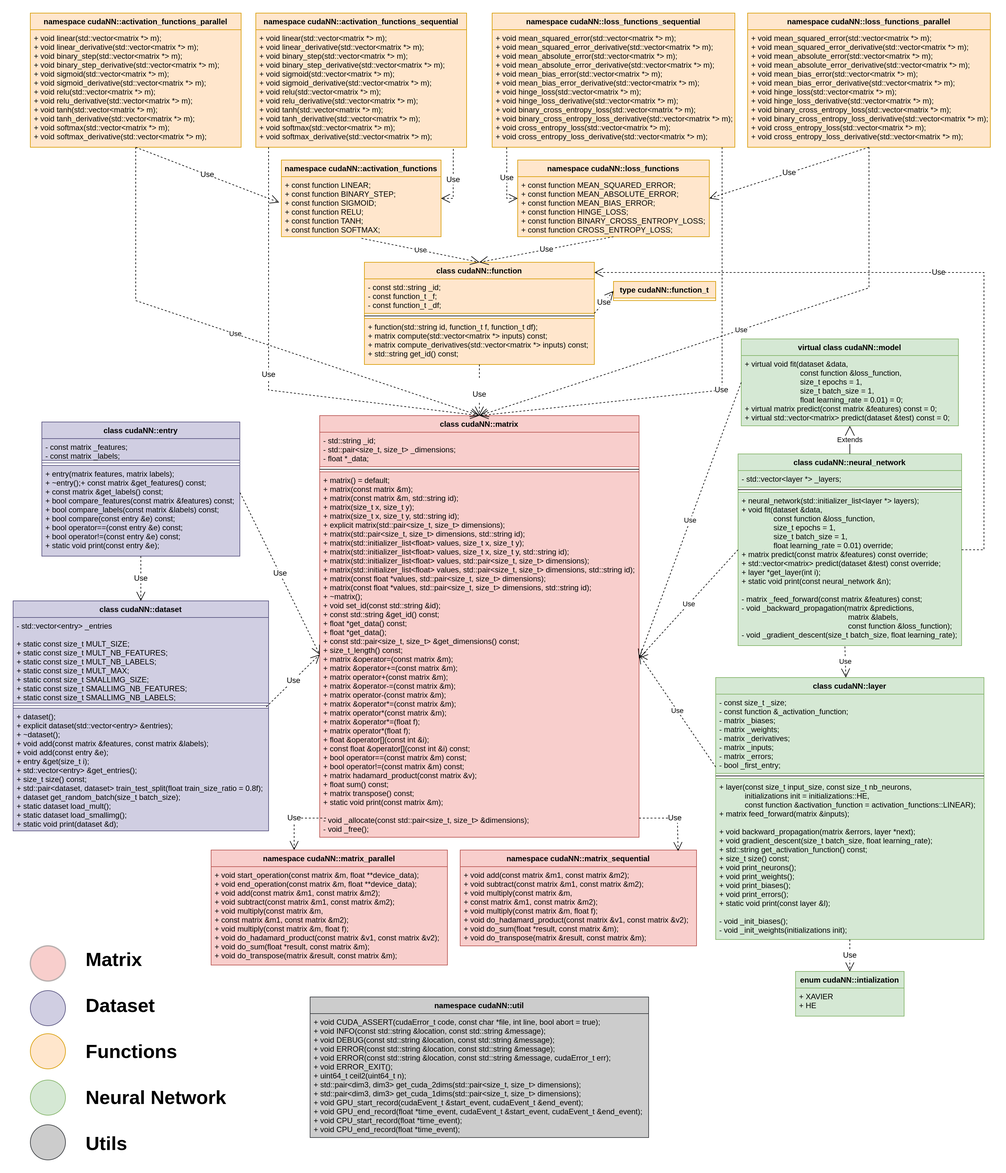
Earlier version of the draw.io export res/architecture.png (EAGEA/Neural-Network-CUDA-Library). Source tidied: cells renumbered, new cells last; positions are measured from the earlier drawing's top-left corner, leaving out a move shared by most shapes.
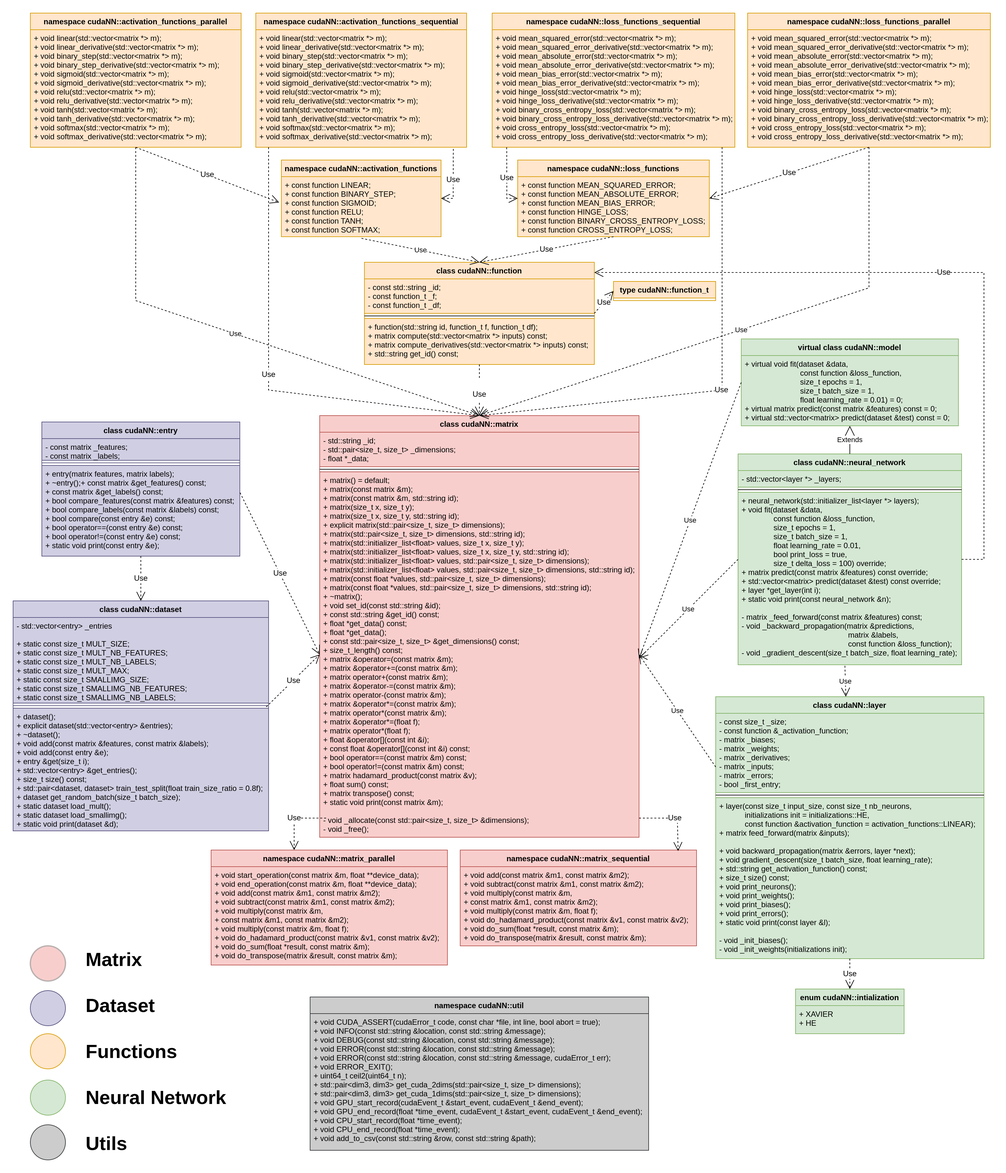
The same file after the commit.

Commit message:
Doc and csv function updated.

The edit, as a diff of the source:
```diff
@@ -108,7 +108,7 @@
       <mxGeometry y="26" width="340" height="110" as="geometry" />
     </mxCell>
     <mxCell id="37" value="class cudaNN::neural_network" style="swimlane;fontStyle=1;align=center;verticalAlign=top;horizontal=1;startSize=26;fillColor=#d5e8d4;strokeColor=#82b366;" parent="1" vertex="1">
-      <mxGeometry x="1135" y="690" width="350" height="300" as="geometry" />
+      <mxGeometry x="1135" y="690" width="350" height="330" as="geometry" />
     </mxCell>
     <mxCell id="38" value="- std::vector&lt;layer *&gt; _layers;" style="text;strokeColor=#82b366;fillColor=#d5e8d4;align=left;verticalAlign=top;spacingLeft=4;spacingRight=4;overflow=hidden;" parent="37" vertex="1">
       <mxGeometry y="26" width="350" height="26" as="geometry" />
@@ -116,17 +116,17 @@
     <mxCell id="39" style="line;strokeWidth=1;fillColor=none;align=left;verticalAlign=middle;spacingTop=-1;spacingLeft=3;spacingRight=3;labelPosition=right;" parent="37" vertex="1">
       <mxGeometry y="52" width="350" height="8" as="geometry" />
     </mxCell>
-    <mxCell id="40" value="+ neural_network(std::initializer_list&lt;layer *&gt; layers);&#10;+ void fit(dataset &amp;data,&#10;               const function &amp;loss_function,&#10;               size_t epochs = 1,&#10;               size_t batch_size = 1,&#10;               float learning_rate = 0.01) override;&#10;+ matrix predict(const matrix &amp;features) const override;&#10;+ std::vector&lt;matrix&gt; predict(dataset &amp;test) const override;&#10;+ layer *get_layer(int i);&#10;+ static void print(const neural_network &amp;n);&#10;&#10;- matrix _feed_forward(const matrix &amp;features) const;&#10;- void _backward_propagation(matrix &amp;predictions,&#10;                                                  matrix &amp;labels,&#10;                                                  const function &amp;loss_function);&#10;- void _gradient_descent(size_t batch_size, float learning_rate);&#10;&#10;" style="text;strokeColor=#82b366;fillColor=#d5e8d4;align=left;verticalAlign=top;spacingLeft=4;spacingRight=4;overflow=hidden;points=[[0,0.5],[1,0.5]];portConstraint=eastwest;" parent="37" vertex="1">
-      <mxGeometry y="60" width="350" height="240" as="geometry" />
+    <mxCell id="40" value="+ neural_network(std::initializer_list&lt;layer *&gt; layers);&#10;+ void fit(dataset &amp;data,&#10;               const function &amp;loss_function,&#10;               size_t epochs = 1,&#10;               size_t batch_size = 1,&#10;               float learning_rate = 0.01,&#10;               bool print_loss = true,&#10;               size_t delta_loss = 100) override;&#10;+ matrix predict(const matrix &amp;features) const override;&#10;+ std::vector&lt;matrix&gt; predict(dataset &amp;test) const override;&#10;+ layer *get_layer(int i);&#10;+ static void print(const neural_network &amp;n);&#10;&#10;- matrix _feed_forward(const matrix &amp;features) const;&#10;- void _backward_propagation(matrix &amp;predictions,&#10;                                                  matrix &amp;labels,&#10;                                                  const function &amp;loss_function);&#10;- void _gradient_descent(size_t batch_size, float learning_rate);&#10;&#10;" style="text;strokeColor=#82b366;fillColor=#d5e8d4;align=left;verticalAlign=top;spacingLeft=4;spacingRight=4;overflow=hidden;points=[[0,0.5],[1,0.5]];portConstraint=eastwest;" parent="37" vertex="1">
+      <mxGeometry y="60" width="350" height="270" as="geometry" />
     </mxCell>
     <mxCell id="41" value="enum cudaNN::intialization" style="swimlane;fontStyle=1;align=center;verticalAlign=top;horizontal=1;startSize=26;fillColor=#d5e8d4;strokeColor=#82b366;" parent="1" vertex="1">
-      <mxGeometry x="1225" y="1500" width="170" height="70" as="geometry" />
+      <mxGeometry x="1225" y="1527.5" width="170" height="70" as="geometry" />
     </mxCell>
     <mxCell id="42" value="+ XAVIER&#10;+ HE" style="text;strokeColor=#82b366;fillColor=#d5e8d4;align=left;verticalAlign=top;spacingLeft=4;spacingRight=4;overflow=hidden;" parent="41" vertex="1">
       <mxGeometry y="26" width="170" height="44" as="geometry" />
     </mxCell>
     <mxCell id="43" value="class cudaNN::layer" style="swimlane;fontStyle=1;align=center;verticalAlign=top;horizontal=1;startSize=26;fillColor=#d5e8d4;strokeColor=#82b366;" parent="1" vertex="1">
-      <mxGeometry x="1100" y="1040" width="420" height="410" as="geometry" />
+      <mxGeometry x="1100" y="1070" width="420" height="410" as="geometry" />
     </mxCell>
     <mxCell id="44" value="- const size_t _size;&#10;- const function &amp;_activation_function;&#10;- matrix _biases;&#10;- matrix _weights;&#10;- matrix _derivatives;&#10;- matrix _inputs;&#10;- matrix _errors;&#10;- bool _first_entry;" style="text;strokeColor=#82b366;fillColor=#d5e8d4;align=left;verticalAlign=top;spacingLeft=4;spacingRight=4;overflow=hidden;" parent="43" vertex="1">
       <mxGeometry y="26" width="420" height="124" as="geometry" />
@@ -138,10 +138,10 @@
       <mxGeometry y="158" width="420" height="252" as="geometry" />
     </mxCell>
     <mxCell id="47" value="namespace cudaNN::util" style="swimlane;fontStyle=1;align=center;verticalAlign=top;horizontal=1;startSize=26;fillColor=#CCCCCC;strokeColor=#36393d;" parent="1" vertex="1">
-      <mxGeometry x="465" y="1540" width="530" height="220" as="geometry" />
+      <mxGeometry x="465" y="1540" width="530" height="240" as="geometry" />
     </mxCell>
-    <mxCell id="48" value="+ void CUDA_ASSERT(cudaError_t code, const char *file, int line, bool abort = true);&#10;+ void INFO(const std::string &amp;location, const std::string &amp;message);&#10;+ void DEBUG(const std::string &amp;location, const std::string &amp;message);&#10;+ void ERROR(const std::string &amp;location, const std::string &amp;message);&#10;+ void ERROR(const std::string &amp;location, const std::string &amp;message, cudaError_t err);&#10;+ void ERROR_EXIT();&#10;+ uint64_t ceil2(uint64_t n);&#10;+ std::pair&lt;dim3, dim3&gt; get_cuda_2dims(std::pair&lt;size_t, size_t&gt; dimensions);&#10;+ std::pair&lt;dim3, dim3&gt; get_cuda_1dims(std::pair&lt;size_t, size_t&gt; dimensions);&#10;+ void GPU_start_record(cudaEvent_t &amp;start_event, cudaEvent_t &amp;end_event);&#10;+ void GPU_end_record(float *time_event, cudaEvent_t &amp;start_event, cudaEvent_t &amp;end_event);&#10;+ void CPU_start_record(float *time_event);&#10;+ void CPU_end_record(float *time_event);" style="text;strokeColor=#36393d;fillColor=#CCCCCC;align=left;verticalAlign=top;spacingLeft=4;spacingRight=4;overflow=hidden;" parent="47" vertex="1">
-      <mxGeometry y="26" width="530" height="194" as="geometry" />
+    <mxCell id="48" value="+ void CUDA_ASSERT(cudaError_t code, const char *file, int line, bool abort = true);&#10;+ void INFO(const std::string &amp;location, const std::string &amp;message);&#10;+ void DEBUG(const std::string &amp;location, const std::string &amp;message);&#10;+ void ERROR(const std::string &amp;location, const std::string &amp;message);&#10;+ void ERROR(const std::string &amp;location, const std::string &amp;message, cudaError_t err);&#10;+ void ERROR_EXIT();&#10;+ uint64_t ceil2(uint64_t n);&#10;+ std::pair&lt;dim3, dim3&gt; get_cuda_2dims(std::pair&lt;size_t, size_t&gt; dimensions);&#10;+ std::pair&lt;dim3, dim3&gt; get_cuda_1dims(std::pair&lt;size_t, size_t&gt; dimensions);&#10;+ void GPU_start_record(cudaEvent_t &amp;start_event, cudaEvent_t &amp;end_event);&#10;+ void GPU_end_record(float *time_event, cudaEvent_t &amp;start_event, cudaEvent_t &amp;end_event);&#10;+ void CPU_start_record(float *time_event);&#10;+ void CPU_end_record(float *time_event);&#10;+ void add_to_csv(const std::string &amp;row, const std::string &amp;path);&#10;" style="text;strokeColor=#36393d;fillColor=#CCCCCC;align=left;verticalAlign=top;spacingLeft=4;spacingRight=4;overflow=hidden;" parent="47" vertex="1">
+      <mxGeometry y="26" width="530" height="214" as="geometry" />
     </mxCell>
     <mxCell id="49" value="Use" style="endArrow=open;endSize=12;dashed=1;html=1;rounded=0;exitX=0;exitY=0.5;exitDx=0;exitDy=0;" parent="1" edge="1" source="35">
       <mxGeometry relative="1" as="geometry">
@@ -248,7 +248,7 @@
       <mxGeometry relative="1" as="geometry">
         <mxPoint x="910" y="406" as="targetPoint" />
         <Array as="points">
-          <mxPoint x="1520" y="840" />
+          <mxPoint x="1520" y="855" />
           <mxPoint x="1520" y="406" />
         </Array>
       </mxGeometry>
```
